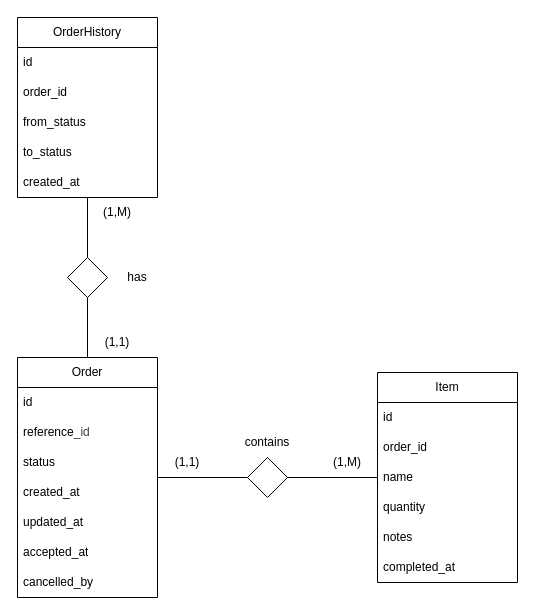
quarc0o/aviant_case keeps this draw.io diagram as pos_backend/data_model.drawio. Above is the earlier version. Source tidied: cells renumbered, new cells numbered last; positions are measured from the earlier drawing's top-left corner, leaving out a move shared by most shapes. Both pictures are drawn from the tidied source at 100%, with x=0, y=0 at pixel (17, 17).
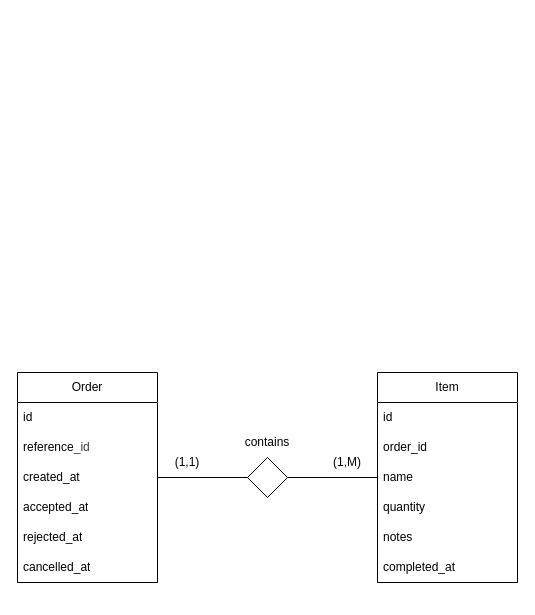
The same page after the edit.

The edit, as a diff of the source:
```diff
@@
     <mxCell id="2" value="Order" style="swimlane;fontStyle=0;horizontal=1;startSize=30;whiteSpace=wrap;html=1;" parent="1" vertex="1">
-      <mxGeometry y="340" width="140" height="240" as="geometry" />
+      <mxGeometry y="355" width="140" height="210" as="geometry" />
     </mxCell>
@@
-    <mxCell id="5" value="status" style="text;strokeColor=none;fillColor=none;align=left;verticalAlign=middle;spacingLeft=4;spacingRight=4;overflow=hidden;whiteSpace=wrap;html=1;" parent="2" vertex="1">
-      <mxGeometry y="90" width="140" height="30" as="geometry" />
-    </mxCell>
     <mxCell id="6" value="created_at" style="text;strokeColor=none;fillColor=none;align=left;verticalAlign=middle;spacingLeft=4;spacingRight=4;overflow=hidden;whiteSpace=wrap;html=1;" parent="2" vertex="1">
-      <mxGeometry y="120" width="140" height="30" as="geometry" />
+      <mxGeometry y="90" width="140" height="30" as="geometry" />
     </mxCell>
-    <mxCell id="7" value="updated_at" style="text;strokeColor=none;fillColor=none;align=left;verticalAlign=middle;spacingLeft=4;spacingRight=4;overflow=hidden;whiteSpace=wrap;html=1;" parent="2" vertex="1">
-      <mxGeometry y="150" width="140" height="30" as="geometry" />
-    </mxCell>
     <mxCell id="8" value="accepted_at" style="text;strokeColor=none;fillColor=none;align=left;verticalAlign=middle;spacingLeft=4;spacingRight=4;overflow=hidden;whiteSpace=wrap;html=1;" parent="2" vertex="1">
-      <mxGeometry y="180" width="140" height="30" as="geometry" />
+      <mxGeometry y="120" width="140" height="30" as="geometry" />
     </mxCell>
-    <mxCell id="9" value="cancelled_by" style="text;strokeColor=none;fillColor=none;align=left;verticalAlign=middle;spacingLeft=4;spacingRight=4;overflow=hidden;whiteSpace=wrap;html=1;" parent="2" vertex="1">
-      <mxGeometry y="210" width="140" height="30" as="geometry" />
+    <mxCell id="9" value="rejected_at" style="text;strokeColor=none;fillColor=none;align=left;verticalAlign=middle;spacingLeft=4;spacingRight=4;overflow=hidden;whiteSpace=wrap;html=1;" parent="2" vertex="1">
+      <mxGeometry y="150" width="140" height="30" as="geometry" />
     </mxCell>
+    <mxCell id="37" value="cancelled_at" style="text;strokeColor=none;fillColor=none;align=left;verticalAlign=middle;spacingLeft=4;spacingRight=4;overflow=hidden;whiteSpace=wrap;html=1;" parent="2" vertex="1">
+      <mxGeometry y="180" width="140" height="30" as="geometry" />
+    </mxCell>
@@
-    <mxCell id="24" value="OrderHistory" style="swimlane;fontStyle=0;horizontal=1;startSize=30;whiteSpace=wrap;html=1;" parent="1" vertex="1">
-      <mxGeometry width="140" height="180" as="geometry" />
-    </mxCell>
-    <mxCell id="25" value="id" style="text;strokeColor=none;fillColor=none;align=left;verticalAlign=middle;spacingLeft=4;spacingRight=4;overflow=hidden;whiteSpace=wrap;html=1;" parent="24" vertex="1">
-      <mxGeometry y="30" width="140" height="30" as="geometry" />
-    </mxCell>
-    <mxCell id="26" value="order_id" style="text;strokeColor=none;fillColor=none;align=left;verticalAlign=middle;spacingLeft=4;spacingRight=4;overflow=hidden;whiteSpace=wrap;html=1;" parent="24" vertex="1">
-      <mxGeometry y="60" width="140" height="30" as="geometry" />
-    </mxCell>
-    <mxCell id="27" value="from_status" style="text;strokeColor=none;fillColor=none;align=left;verticalAlign=middle;spacingLeft=4;spacingRight=4;overflow=hidden;whiteSpace=wrap;html=1;" parent="24" vertex="1">
-      <mxGeometry y="90" width="140" height="30" as="geometry" />
-    </mxCell>
-    <mxCell id="28" value="to_status" style="text;strokeColor=none;fillColor=none;align=left;verticalAlign=middle;spacingLeft=4;spacingRight=4;overflow=hidden;whiteSpace=wrap;html=1;" parent="24" vertex="1">
-      <mxGeometry y="120" width="140" height="30" as="geometry" />
-    </mxCell>
-    <mxCell id="29" value="created_at" style="text;strokeColor=none;fillColor=none;align=left;verticalAlign=middle;spacingLeft=4;spacingRight=4;overflow=hidden;whiteSpace=wrap;html=1;" parent="24" vertex="1">
-      <mxGeometry y="150" width="140" height="30" as="geometry" />
-    </mxCell>
-    <mxCell id="30" style="group;" parent="1" vertex="1">
-      <mxGeometry x="50" y="240" width="100" height="40" as="geometry" />
-    </mxCell>
-    <mxCell id="31" style="rhombus;whiteSpace=wrap;html=1;" parent="30" vertex="1">
-      <mxGeometry width="40" height="40" as="geometry" />
-    </mxCell>
-    <mxCell id="32" value="has" style="text;html=1;align=center;verticalAlign=middle;whiteSpace=wrap;rounded=0;" parent="30" vertex="1">
-      <mxGeometry x="40" y="5" width="60" height="30" as="geometry" />
-    </mxCell>
-    <mxCell id="33" style="endArrow=none;html=1;" parent="1" edge="1" source="2" target="31">
-      <mxGeometry relative="1" as="geometry" />
-    </mxCell>
-    <mxCell id="34" style="endArrow=none;html=1;" parent="1" edge="1" source="31" target="24">
-      <mxGeometry relative="1" as="geometry" />
-    </mxCell>
-    <mxCell id="35" value="(1,M)" style="text;html=1;align=center;verticalAlign=middle;whiteSpace=wrap;rounded=0;" parent="1" vertex="1">
-      <mxGeometry x="70" y="180" width="60" height="30" as="geometry" />
-    </mxCell>
-    <mxCell id="36" value="(1,1)" style="text;html=1;align=center;verticalAlign=middle;whiteSpace=wrap;rounded=0;" parent="1" vertex="1">
-      <mxGeometry x="70" y="310" width="60" height="30" as="geometry" />
-    </mxCell>
```
